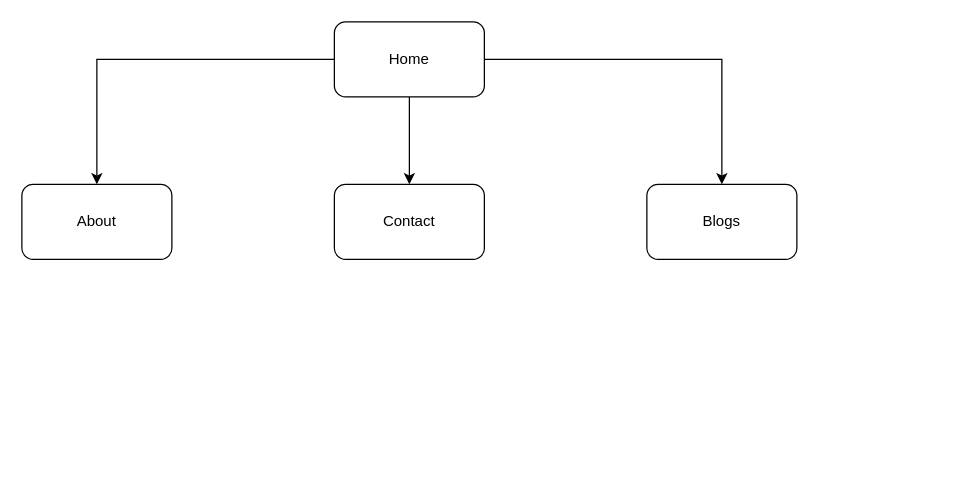
Above: SiteMap.drawio in noramiao/CoderA_T1A2 (draw.io), before the change. Source tidied: cells renumbered, new cells numbered last; positions are measured from the earlier drawing's top-left corner, leaving out a move shared by most shapes. Both pictures are drawn from the tidied source at 125%, with x=0, y=0 at pixel (21, 21).
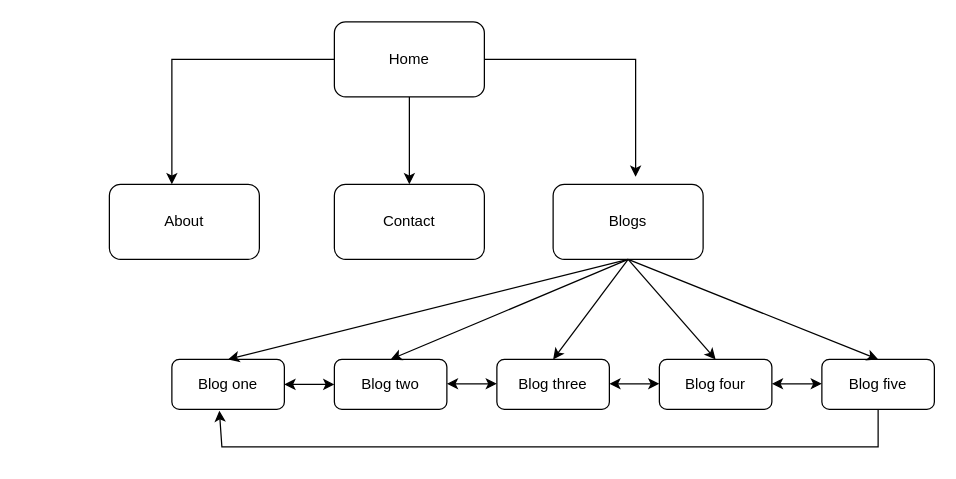
The same diagram, later.

The change refers to these unchanged cells:
```xml
<mxCell id="5" value="Home" style="rounded=1;whiteSpace=wrap;html=1;" parent="1" vertex="1">
  <mxGeometry x="250" width="120" height="60" as="geometry" />
</mxCell>
```

Diff of the diagram source:
```diff
@@
     <mxCell id="2" style="edgeStyle=orthogonalEdgeStyle;rounded=0;jettySize=auto;html=1;" parent="1" edge="1" source="5" target="6">
-      <mxGeometry relative="1" as="geometry" />
+      <mxGeometry relative="1" as="geometry">
+        <Array as="points">
+          <mxPoint x="120" y="30" />
+        </Array>
+      </mxGeometry>
     </mxCell>
@@
-    <mxCell id="4" style="edgeStyle=orthogonalEdgeStyle;rounded=0;jettySize=auto;html=1;" parent="1" edge="1" source="5" target="8">
-      <mxGeometry relative="1" as="geometry" />
-    </mxCell>
@@
     <mxCell id="6" value="About" style="rounded=1;whiteSpace=wrap;html=1;" parent="1" vertex="1">
-      <mxGeometry y="130" width="120" height="60" as="geometry" />
+      <mxGeometry x="70" y="130" width="120" height="60" as="geometry" />
     </mxCell>
@@
     <mxCell id="8" value="Blogs" style="whiteSpace=wrap;html=1;rounded=1;" parent="1" vertex="1">
-      <mxGeometry x="500" y="130" width="120" height="60" as="geometry" />
+      <mxGeometry x="425" y="130" width="120" height="60" as="geometry" />
     </mxCell>
+    <mxCell id="9" value="Blog two" style="whiteSpace=wrap;html=1;rounded=1;" parent="1" vertex="1">
+      <mxGeometry x="250" y="270" width="90" height="40" as="geometry" />
+    </mxCell>
+    <mxCell id="10" value="Blog three" style="whiteSpace=wrap;html=1;rounded=1;" parent="1" vertex="1">
+      <mxGeometry x="380" y="270" width="90" height="40" as="geometry" />
+    </mxCell>
+    <mxCell id="11" value="Blog four" style="whiteSpace=wrap;html=1;rounded=1;" parent="1" vertex="1">
+      <mxGeometry x="510" y="270" width="90" height="40" as="geometry" />
+    </mxCell>
+    <mxCell id="12" value="Blog five" style="whiteSpace=wrap;html=1;rounded=1;" parent="1" vertex="1">
+      <mxGeometry x="640" y="270" width="90" height="40" as="geometry" />
+    </mxCell>
+    <mxCell id="13" value="Blog one" style="whiteSpace=wrap;html=1;rounded=1;" parent="1" vertex="1">
+      <mxGeometry x="120" y="270" width="90" height="40" as="geometry" />
+    </mxCell>
+    <mxCell id="4" style="edgeStyle=orthogonalEdgeStyle;rounded=0;jettySize=auto;html=1;entryX=0.55;entryY=-0.1;entryDx=0;entryDy=0;entryPerimeter=0;" parent="1" edge="1" source="5" target="8">
+      <mxGeometry relative="1" as="geometry" />
+    </mxCell>
+    <mxCell id="14" style="endArrow=classic;startArrow=classic;html=1;rounded=0;entryX=0;entryY=0.5;entryDx=0;entryDy=0;" parent="1" edge="1" target="9">
+      <mxGeometry relative="1" as="geometry">
+        <mxPoint x="210" y="290" as="sourcePoint" />
+      </mxGeometry>
+    </mxCell>
+    <mxCell id="15" style="endArrow=classic;startArrow=classic;html=1;rounded=0;entryX=0;entryY=0.5;entryDx=0;entryDy=0;" parent="1" edge="1">
+      <mxGeometry relative="1" as="geometry">
+        <mxPoint x="340" y="289.5" as="sourcePoint" />
+        <mxPoint x="380" y="289.5" as="targetPoint" />
+        <Array as="points">
+          <mxPoint x="350" y="289.5" />
+        </Array>
+      </mxGeometry>
+    </mxCell>
+    <mxCell id="16" style="endArrow=classic;startArrow=classic;html=1;rounded=0;entryX=0;entryY=0.5;entryDx=0;entryDy=0;" parent="1" edge="1">
+      <mxGeometry relative="1" as="geometry">
+        <mxPoint x="470" y="289.5" as="sourcePoint" />
+        <mxPoint x="510" y="289.5" as="targetPoint" />
+        <Array as="points">
+          <mxPoint x="480" y="289.5" />
+        </Array>
+      </mxGeometry>
+    </mxCell>
+    <mxCell id="17" style="endArrow=classic;startArrow=classic;html=1;rounded=0;entryX=0;entryY=0.5;entryDx=0;entryDy=0;" parent="1" edge="1">
+      <mxGeometry relative="1" as="geometry">
+        <mxPoint x="600" y="289.5" as="sourcePoint" />
+        <mxPoint x="640" y="289.5" as="targetPoint" />
+        <Array as="points">
+          <mxPoint x="610" y="289.5" />
+        </Array>
+      </mxGeometry>
+    </mxCell>
+    <mxCell id="18" style="endArrow=classic;html=1;rounded=0;exitX=0.5;exitY=1;exitDx=0;exitDy=0;entryX=0.422;entryY=1.025;entryDx=0;entryDy=0;entryPerimeter=0;" parent="1" edge="1" source="12" target="13">
+      <mxGeometry relative="1" as="geometry">
+        <Array as="points">
+          <mxPoint x="685" y="340" />
+          <mxPoint x="160" y="340" />
+        </Array>
+      </mxGeometry>
+    </mxCell>
+    <mxCell id="19" style="endArrow=classic;html=1;rounded=0;exitX=0.5;exitY=1;exitDx=0;exitDy=0;entryX=0.5;entryY=0;entryDx=0;entryDy=0;" parent="1" edge="1" source="8" target="13">
+      <mxGeometry relative="1" as="geometry" />
+    </mxCell>
+    <mxCell id="20" style="endArrow=classic;html=1;rounded=0;exitX=0.5;exitY=1;exitDx=0;exitDy=0;entryX=0.5;entryY=0;entryDx=0;entryDy=0;" parent="1" edge="1" source="8" target="9">
+      <mxGeometry relative="1" as="geometry" />
+    </mxCell>
+    <mxCell id="21" style="endArrow=classic;html=1;rounded=0;exitX=0.5;exitY=1;exitDx=0;exitDy=0;entryX=0.5;entryY=0;entryDx=0;entryDy=0;" parent="1" edge="1" source="8" target="10">
+      <mxGeometry relative="1" as="geometry" />
+    </mxCell>
+    <mxCell id="22" style="endArrow=classic;html=1;rounded=0;exitX=0.5;exitY=1;exitDx=0;exitDy=0;entryX=0.5;entryY=0;entryDx=0;entryDy=0;" parent="1" edge="1" source="8" target="11">
+      <mxGeometry relative="1" as="geometry" />
+    </mxCell>
+    <mxCell id="23" style="endArrow=classic;html=1;rounded=0;exitX=0.5;exitY=1;exitDx=0;exitDy=0;entryX=0.5;entryY=0;entryDx=0;entryDy=0;" parent="1" edge="1" source="8" target="12">
+      <mxGeometry relative="1" as="geometry" />
+    </mxCell>
```
